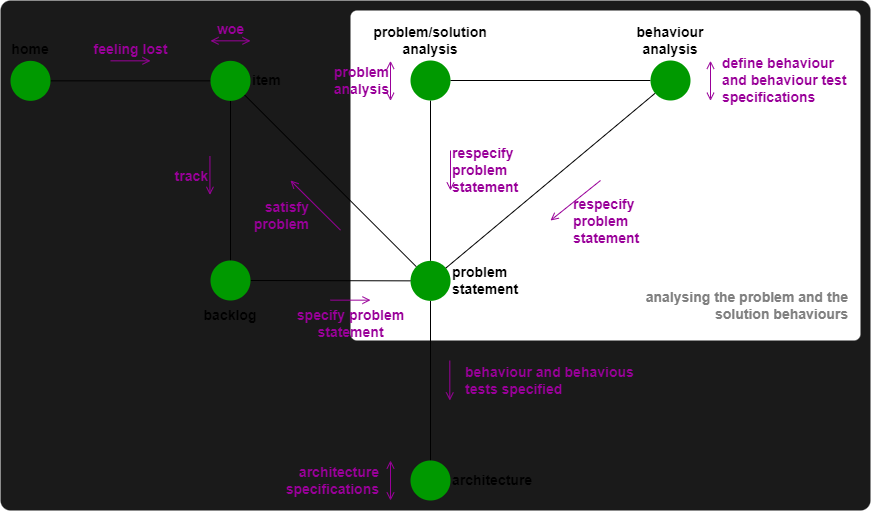
Earlier version of the draw.io export docs/sphinx/static/img/problem-analysis-flow.png (lifespline/agile). Source tidied: cells renumbered, new cells last; positions are measured from the earlier drawing's top-left corner, leaving out a move shared by most shapes.
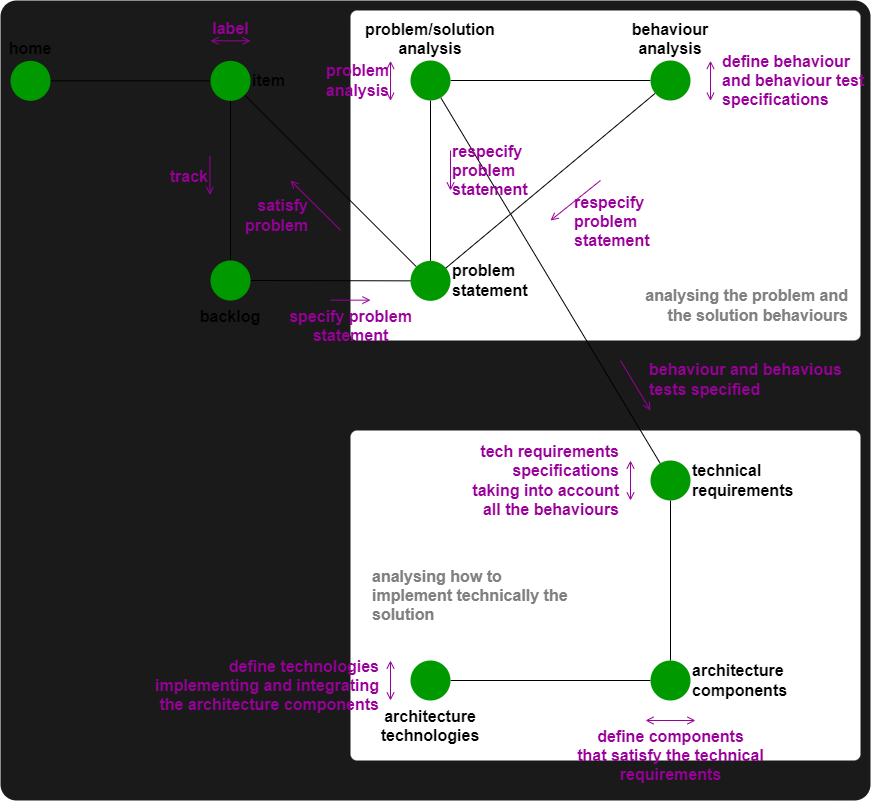
After the change.

Commit message:
doc: complement diagram with architecture design flow

Diff of the diagram source:
```diff
@@ -2,125 +2,149 @@
   <root>
     <mxCell id="0" />
     <mxCell id="1" parent="0" />
-    <mxCell id="2" style="rounded=1;whiteSpace=wrap;html=1;fontColor=#FFFF00;fillColor=#1A1A1A;strokeColor=none;arcSize=2;fontSize=14;fontStyle=1;" parent="1" vertex="1">
-      <mxGeometry width="870" height="510" as="geometry" />
+    <mxCell id="2" style="rounded=1;whiteSpace=wrap;html=1;fontColor=#FFFF00;fillColor=#1A1A1A;strokeColor=none;arcSize=2;fontSize=16;fontStyle=1;" parent="1" vertex="1">
+      <mxGeometry width="870" height="800" as="geometry" />
     </mxCell>
+    <mxCell id="31" style="rounded=1;whiteSpace=wrap;html=1;fontColor=#FFFF00;fillColor=default;strokeColor=none;arcSize=2;fontSize=16;fontStyle=1;" parent="1" vertex="1">
+      <mxGeometry x="350" y="430" width="510" height="330" as="geometry" />
+    </mxCell>
-    <mxCell id="3" style="rounded=1;whiteSpace=wrap;html=1;fontColor=#FFFF00;fillColor=default;strokeColor=none;arcSize=2;fontSize=14;fontStyle=1;" parent="1" vertex="1">
+    <mxCell id="3" style="rounded=1;whiteSpace=wrap;html=1;fontColor=#FFFF00;fillColor=default;strokeColor=none;arcSize=2;fontSize=16;fontStyle=1;" parent="1" vertex="1">
       <mxGeometry x="350" y="10" width="510" height="330" as="geometry" />
     </mxCell>
-    <mxCell id="4" style="edgeStyle=none;html=1;endArrow=none;endFill=0;fontStyle=1;fontSize=14;" parent="1" edge="1" source="5" target="7">
+    <mxCell id="4" style="edgeStyle=none;html=1;endArrow=none;endFill=0;fontStyle=1;fontSize=16;" parent="1" edge="1" source="5" target="7">
       <mxGeometry relative="1" as="geometry" />
     </mxCell>
-    <mxCell id="5" value="&lt;span style=&quot;font-size: 14px;&quot;&gt;home&lt;/span&gt;" style="ellipse;whiteSpace=wrap;html=1;strokeColor=none;fillColor=#009900;verticalAlign=bottom;labelPosition=center;verticalLabelPosition=top;align=center;fontSize=14;fontStyle=1;" parent="1" vertex="1">
+    <mxCell id="5" value="&lt;span style=&quot;font-size: 16px;&quot;&gt;home&lt;/span&gt;" style="ellipse;whiteSpace=wrap;html=1;strokeColor=none;fillColor=#009900;verticalAlign=bottom;labelPosition=center;verticalLabelPosition=top;align=center;fontSize=16;fontStyle=1;" parent="1" vertex="1">
       <mxGeometry x="10" y="60.3" width="40" height="40" as="geometry" />
     </mxCell>
-    <mxCell id="6" style="edgeStyle=none;html=1;endArrow=none;endFill=0;fontStyle=1;fontSize=14;" parent="1" edge="1" source="7" target="28">
+    <mxCell id="6" style="edgeStyle=none;html=1;endArrow=none;endFill=0;fontStyle=1;fontSize=16;" parent="1" edge="1" source="7" target="28">
       <mxGeometry relative="1" as="geometry" />
     </mxCell>
-    <mxCell id="7" value="&lt;span style=&quot;font-size: 14px;&quot;&gt;item&lt;/span&gt;" style="ellipse;whiteSpace=wrap;html=1;strokeColor=none;fillColor=#009900;verticalAlign=middle;labelPosition=right;verticalLabelPosition=middle;align=left;fontSize=14;fontStyle=1;" parent="1" vertex="1">
+    <mxCell id="7" value="&lt;span style=&quot;font-size: 16px;&quot;&gt;item&lt;/span&gt;" style="ellipse;whiteSpace=wrap;html=1;strokeColor=none;fillColor=#009900;verticalAlign=middle;labelPosition=right;verticalLabelPosition=middle;align=left;fontSize=16;fontStyle=1;" parent="1" vertex="1">
       <mxGeometry x="210" y="60.3" width="40" height="40" as="geometry" />
     </mxCell>
-    <mxCell id="8" style="edgeStyle=none;html=1;endArrow=none;endFill=0;fontStyle=1;fontSize=14;" parent="1" edge="1" source="11" target="13">
+    <mxCell id="8" style="edgeStyle=none;html=1;endArrow=none;endFill=0;fontStyle=1;fontSize=16;" parent="1" edge="1" source="11" target="13">
       <mxGeometry relative="1" as="geometry" />
     </mxCell>
-    <mxCell id="9" style="edgeStyle=none;html=1;endArrow=none;endFill=0;fontStyle=1;fontSize=14;" parent="1" edge="1" source="11" target="16">
+    <mxCell id="9" style="edgeStyle=none;html=1;endArrow=none;endFill=0;fontStyle=1;fontSize=16;" parent="1" edge="1" source="13" target="16">
       <mxGeometry relative="1" as="geometry" />
     </mxCell>
-    <mxCell id="10" style="edgeStyle=none;html=1;startArrow=none;startFill=0;endArrow=none;endFill=0;fontSize=14;fontStyle=1;" parent="1" edge="1" source="11" target="7">
+    <mxCell id="10" style="edgeStyle=none;html=1;startArrow=none;startFill=0;endArrow=none;endFill=0;fontSize=16;fontStyle=1;" parent="1" edge="1" source="11" target="7">
       <mxGeometry relative="1" as="geometry" />
     </mxCell>
-    <mxCell id="11" value="&lt;span style=&quot;font-size: 14px;&quot;&gt;problem&lt;br style=&quot;font-size: 14px;&quot;&gt;statement&lt;br style=&quot;font-size: 14px;&quot;&gt;&lt;/span&gt;" style="ellipse;whiteSpace=wrap;html=1;strokeColor=none;fillColor=#009900;verticalAlign=middle;labelPosition=right;verticalLabelPosition=middle;align=left;fontSize=14;fontStyle=1;" parent="1" vertex="1">
+    <mxCell id="11" value="&lt;span style=&quot;font-size: 16px;&quot;&gt;problem&lt;br style=&quot;font-size: 16px;&quot;&gt;statement&lt;br style=&quot;font-size: 16px;&quot;&gt;&lt;/span&gt;" style="ellipse;whiteSpace=wrap;html=1;strokeColor=none;fillColor=#009900;verticalAlign=middle;labelPosition=right;verticalLabelPosition=middle;align=left;fontSize=16;fontStyle=1;" parent="1" vertex="1">
       <mxGeometry x="410" y="260.4" width="40" height="40" as="geometry" />
     </mxCell>
-    <mxCell id="12" style="edgeStyle=none;html=1;endArrow=none;endFill=0;fontStyle=1;fontSize=14;" parent="1" edge="1" source="13" target="15">
+    <mxCell id="12" style="edgeStyle=none;html=1;endArrow=none;endFill=0;fontStyle=1;fontSize=16;" parent="1" edge="1" source="13" target="15">
       <mxGeometry relative="1" as="geometry" />
     </mxCell>
-    <mxCell id="13" value="&lt;span style=&quot;font-size: 14px;&quot;&gt;problem/solution&lt;br style=&quot;font-size: 14px;&quot;&gt;analysis&lt;br style=&quot;font-size: 14px;&quot;&gt;&lt;/span&gt;" style="ellipse;whiteSpace=wrap;html=1;strokeColor=none;fillColor=#009900;verticalAlign=bottom;labelPosition=center;verticalLabelPosition=top;align=center;fontSize=14;fontStyle=1;" parent="1" vertex="1">
+    <mxCell id="13" value="&lt;span style=&quot;font-size: 16px;&quot;&gt;problem/solution&lt;br style=&quot;font-size: 16px;&quot;&gt;analysis&lt;br style=&quot;font-size: 16px;&quot;&gt;&lt;/span&gt;" style="ellipse;whiteSpace=wrap;html=1;strokeColor=none;fillColor=#009900;verticalAlign=bottom;labelPosition=center;verticalLabelPosition=top;align=center;fontSize=16;fontStyle=1;" parent="1" vertex="1">
       <mxGeometry x="410" y="60" width="40" height="40" as="geometry" />
     </mxCell>
-    <mxCell id="14" style="edgeStyle=none;html=1;endArrow=none;endFill=0;fontStyle=1;fontSize=14;" parent="1" edge="1" source="15" target="11">
+    <mxCell id="14" style="edgeStyle=none;html=1;endArrow=none;endFill=0;fontStyle=1;fontSize=16;" parent="1" edge="1" source="15" target="11">
       <mxGeometry relative="1" as="geometry" />
     </mxCell>
-    <mxCell id="15" value="&lt;span style=&quot;font-size: 14px;&quot;&gt;behaviour&lt;br style=&quot;font-size: 14px;&quot;&gt;analysis&lt;br style=&quot;font-size: 14px;&quot;&gt;&lt;/span&gt;" style="ellipse;whiteSpace=wrap;html=1;strokeColor=none;fillColor=#009900;verticalAlign=bottom;labelPosition=center;verticalLabelPosition=top;align=center;fontSize=14;fontStyle=1;" parent="1" vertex="1">
+    <mxCell id="15" value="&lt;span style=&quot;font-size: 16px;&quot;&gt;behaviour&lt;br style=&quot;font-size: 16px;&quot;&gt;analysis&lt;br style=&quot;font-size: 16px;&quot;&gt;&lt;/span&gt;" style="ellipse;whiteSpace=wrap;html=1;strokeColor=none;fillColor=#009900;verticalAlign=bottom;labelPosition=center;verticalLabelPosition=top;align=center;fontSize=16;fontStyle=1;" parent="1" vertex="1">
       <mxGeometry x="650" y="60" width="40" height="40" as="geometry" />
     </mxCell>
+    <mxCell id="32" style="edgeStyle=none;html=1;endArrow=none;endFill=0;" parent="1" edge="1" source="16" target="34">
+      <mxGeometry relative="1" as="geometry" />
+    </mxCell>
-    <mxCell id="16" value="&lt;span style=&quot;font-size: 14px;&quot;&gt;architecture&lt;br style=&quot;font-size: 14px;&quot;&gt;&lt;/span&gt;" style="ellipse;whiteSpace=wrap;html=1;strokeColor=none;fillColor=#009900;verticalAlign=middle;labelPosition=right;verticalLabelPosition=middle;align=left;fontSize=14;fontStyle=1;" parent="1" vertex="1">
-      <mxGeometry x="410" y="460" width="40" height="40" as="geometry" />
+    <mxCell id="16" value="&lt;span style=&quot;font-size: 16px&quot;&gt;technical requirements&lt;br style=&quot;font-size: 16px&quot;&gt;&lt;/span&gt;" style="ellipse;whiteSpace=wrap;html=1;strokeColor=none;fillColor=#009900;verticalAlign=middle;labelPosition=right;verticalLabelPosition=middle;align=left;fontSize=16;fontStyle=1;" parent="1" vertex="1">
+      <mxGeometry x="650" y="460" width="40" height="40" as="geometry" />
     </mxCell>
-    <mxCell id="17" value="feeling lost" style="endArrow=open;html=1;endFill=0;verticalAlign=bottom;labelBackgroundColor=none;fontColor=#990099;strokeColor=#990099;fontStyle=1;fontSize=14;" parent="1" edge="1">
-      <mxGeometry relative="1" as="geometry">
-        <mxPoint x="110" y="60.3" as="sourcePoint" />
-        <mxPoint x="150" y="60.3" as="targetPoint" />
-      </mxGeometry>
-    </mxCell>
-    <mxCell id="18" value="woe" style="endArrow=open;html=1;endFill=0;verticalAlign=bottom;labelBackgroundColor=none;fontColor=#990099;strokeColor=#990099;startArrow=open;startFill=0;fontStyle=1;labelPosition=center;verticalLabelPosition=top;align=center;fontSize=14;" parent="1" edge="1">
+    <mxCell id="18" value="label" style="endArrow=open;html=1;endFill=0;verticalAlign=bottom;labelBackgroundColor=none;fontColor=#990099;strokeColor=#990099;startArrow=open;startFill=0;fontStyle=1;labelPosition=center;verticalLabelPosition=top;align=center;fontSize=16;" parent="1" edge="1">
       <mxGeometry relative="1" as="geometry">
         <mxPoint x="210" y="40.3" as="sourcePoint" />
         <mxPoint x="250" y="40.3" as="targetPoint" />
       </mxGeometry>
     </mxCell>
-    <mxCell id="19" value="track" style="endArrow=open;html=1;endFill=0;verticalAlign=middle;labelBackgroundColor=none;fontColor=#990099;strokeColor=#990099;fontStyle=1;labelPosition=left;verticalLabelPosition=middle;align=right;fontSize=14;" parent="1" edge="1">
+    <mxCell id="19" value="track" style="endArrow=open;html=1;endFill=0;verticalAlign=middle;labelBackgroundColor=none;fontColor=#990099;strokeColor=#990099;fontStyle=1;labelPosition=left;verticalLabelPosition=middle;align=right;fontSize=16;" parent="1" edge="1">
       <mxGeometry relative="1" as="geometry">
         <mxPoint x="209.4" y="155.6" as="sourcePoint" />
         <mxPoint x="209.4" y="194.4" as="targetPoint" />
       </mxGeometry>
     </mxCell>
-    <mxCell id="20" value="analysing the problem and the solution behaviours" style="text;html=1;strokeColor=none;fillColor=none;align=right;verticalAlign=middle;whiteSpace=wrap;rounded=0;dashed=1;fontColor=#808080;rotation=0;fontSize=14;fontStyle=1;" parent="1" vertex="1">
+    <mxCell id="20" value="analysing the problem and the solution behaviours" style="text;html=1;strokeColor=none;fillColor=none;align=right;verticalAlign=middle;whiteSpace=wrap;rounded=0;dashed=1;fontColor=#808080;rotation=0;fontSize=16;fontStyle=1;" parent="1" vertex="1">
       <mxGeometry x="640" y="280" width="210" height="50" as="geometry" />
     </mxCell>
-    <mxCell id="21" value="specify&amp;nbsp;problem&lt;br style=&quot;font-size: 14px;&quot;&gt;statement" style="endArrow=open;html=1;endFill=0;verticalAlign=top;labelBackgroundColor=none;fontColor=#990099;strokeColor=#990099;startArrow=none;startFill=0;labelPosition=center;verticalLabelPosition=bottom;align=center;fontStyle=1;fontSize=14;" parent="1" edge="1">
+    <mxCell id="21" value="specify&amp;nbsp;problem&lt;br style=&quot;font-size: 16px;&quot;&gt;statement" style="endArrow=open;html=1;endFill=0;verticalAlign=top;labelBackgroundColor=none;fontColor=#990099;strokeColor=#990099;startArrow=none;startFill=0;labelPosition=center;verticalLabelPosition=bottom;align=center;fontStyle=1;fontSize=16;" parent="1" edge="1">
       <mxGeometry relative="1" as="geometry">
         <mxPoint x="330" y="299.7" as="sourcePoint" />
         <mxPoint x="370" y="299.7" as="targetPoint" />
       </mxGeometry>
     </mxCell>
-    <mxCell id="22" value="problem&lt;br style=&quot;font-size: 14px;&quot;&gt;analysis" style="endArrow=open;html=1;endFill=0;verticalAlign=middle;labelBackgroundColor=none;fontColor=#990099;strokeColor=#990099;labelPosition=left;verticalLabelPosition=middle;align=right;fontStyle=1;fontSize=14;startArrow=open;startFill=0;" parent="1" edge="1">
+    <mxCell id="22" value="problem&lt;br style=&quot;font-size: 16px;&quot;&gt;analysis" style="endArrow=open;html=1;endFill=0;verticalAlign=middle;labelBackgroundColor=none;fontColor=#990099;strokeColor=#990099;labelPosition=left;verticalLabelPosition=middle;align=right;fontStyle=1;fontSize=16;startArrow=open;startFill=0;" parent="1" edge="1">
       <mxGeometry relative="1" as="geometry">
         <mxPoint x="390" y="100.3" as="sourcePoint" />
         <mxPoint x="390" y="60.3" as="targetPoint" />
       </mxGeometry>
     </mxCell>
-    <mxCell id="23" value="define behaviour&lt;br&gt;and behaviour test&lt;br style=&quot;font-size: 14px&quot;&gt;specifications" style="endArrow=open;html=1;endFill=0;verticalAlign=middle;labelBackgroundColor=none;fontColor=#990099;strokeColor=#990099;fontStyle=1;labelPosition=right;verticalLabelPosition=middle;align=left;startArrow=open;startFill=0;fontSize=14;" parent="1" edge="1">
+    <mxCell id="23" value="define behaviour&lt;br style=&quot;font-size: 16px;&quot;&gt;and behaviour test&lt;br style=&quot;font-size: 16px;&quot;&gt;specifications" style="endArrow=open;html=1;endFill=0;verticalAlign=middle;labelBackgroundColor=none;fontColor=#990099;strokeColor=#990099;fontStyle=1;labelPosition=right;verticalLabelPosition=middle;align=left;startArrow=open;startFill=0;fontSize=16;" parent="1" edge="1">
       <mxGeometry y="10" relative="1" as="geometry">
         <mxPoint x="710" y="60.3" as="sourcePoint" />
         <mxPoint x="710" y="100.3" as="targetPoint" />
       </mxGeometry>
     </mxCell>
-    <mxCell id="24" value="respecify&lt;br style=&quot;font-size: 14px;&quot;&gt;problem&amp;nbsp;&lt;br style=&quot;font-size: 14px;&quot;&gt;statement" style="endArrow=none;html=1;endFill=0;verticalAlign=middle;labelBackgroundColor=none;fontColor=#990099;strokeColor=#990099;labelPosition=right;verticalLabelPosition=middle;align=left;startArrow=open;startFill=0;fontStyle=1;fontSize=14;" parent="1" edge="1">
+    <mxCell id="24" value="respecify&lt;br style=&quot;font-size: 16px;&quot;&gt;problem&amp;nbsp;&lt;br style=&quot;font-size: 16px;&quot;&gt;statement" style="endArrow=none;html=1;endFill=0;verticalAlign=middle;labelBackgroundColor=none;fontColor=#990099;strokeColor=#990099;labelPosition=right;verticalLabelPosition=middle;align=left;startArrow=open;startFill=0;fontStyle=1;fontSize=16;" parent="1" edge="1">
       <mxGeometry relative="1" as="geometry">
         <mxPoint x="450" y="190" as="sourcePoint" />
         <mxPoint x="450" y="150" as="targetPoint" />
       </mxGeometry>
     </mxCell>
-    <mxCell id="25" value="respecify&lt;br style=&quot;font-size: 14px;&quot;&gt;problem&amp;nbsp;&lt;br style=&quot;font-size: 14px;&quot;&gt;statement" style="endArrow=none;html=1;endFill=0;verticalAlign=middle;labelBackgroundColor=none;fontColor=#990099;strokeColor=#990099;labelPosition=right;verticalLabelPosition=middle;align=left;startArrow=open;startFill=0;fontStyle=1;fontSize=14;" parent="1" edge="1">
+    <mxCell id="25" value="respecify&lt;br style=&quot;font-size: 16px;&quot;&gt;problem&amp;nbsp;&lt;br style=&quot;font-size: 16px;&quot;&gt;statement" style="endArrow=none;html=1;endFill=0;verticalAlign=middle;labelBackgroundColor=none;fontColor=#990099;strokeColor=#990099;labelPosition=right;verticalLabelPosition=middle;align=left;startArrow=open;startFill=0;fontStyle=1;fontSize=16;" parent="1" edge="1">
       <mxGeometry x="-0.5" y="-14" relative="1" as="geometry">
         <mxPoint x="550" y="220" as="sourcePoint" />
         <mxPoint x="600" y="180" as="targetPoint" />
       </mxGeometry>
     </mxCell>
-    <mxCell id="26" value="behaviour and behavious&lt;br&gt;tests specified" style="endArrow=none;html=1;endFill=0;verticalAlign=middle;labelBackgroundColor=none;fontColor=#990099;strokeColor=#990099;labelPosition=right;verticalLabelPosition=middle;align=left;startArrow=open;startFill=0;fontStyle=1;fontSize=14;" parent="1" edge="1">
+    <mxCell id="26" value="behaviour and behavious&lt;br style=&quot;font-size: 16px;&quot;&gt;tests specified" style="endArrow=none;html=1;endFill=0;verticalAlign=middle;labelBackgroundColor=none;fontColor=#990099;strokeColor=#990099;labelPosition=right;verticalLabelPosition=middle;align=left;startArrow=open;startFill=0;fontStyle=1;fontSize=16;" parent="1" edge="1">
       <mxGeometry y="-14" relative="1" as="geometry">
-        <mxPoint x="449.3" y="400" as="sourcePoint" />
-        <mxPoint x="449.3" y="360" as="targetPoint" />
+        <mxPoint x="650" y="410" as="sourcePoint" />
+        <mxPoint x="620" y="360" as="targetPoint" />
       </mxGeometry>
     </mxCell>
-    <mxCell id="27" style="edgeStyle=none;html=1;endArrow=none;endFill=0;fontSize=14;fontStyle=1;" parent="1" edge="1" source="28" target="11">
+    <mxCell id="27" style="edgeStyle=none;html=1;endArrow=none;endFill=0;fontSize=16;fontStyle=1;" parent="1" edge="1" source="28" target="11">
       <mxGeometry relative="1" as="geometry" />
     </mxCell>
-    <mxCell id="28" value="&lt;span style=&quot;font-size: 14px;&quot;&gt;backlog&lt;/span&gt;" style="ellipse;whiteSpace=wrap;html=1;strokeColor=none;fillColor=#009900;verticalAlign=top;labelPosition=center;verticalLabelPosition=bottom;align=center;fontSize=14;fontStyle=1;" parent="1" vertex="1">
+    <mxCell id="28" value="&lt;span style=&quot;font-size: 16px;&quot;&gt;backlog&lt;/span&gt;" style="ellipse;whiteSpace=wrap;html=1;strokeColor=none;fillColor=#009900;verticalAlign=top;labelPosition=center;verticalLabelPosition=bottom;align=center;fontSize=16;fontStyle=1;" parent="1" vertex="1">
       <mxGeometry x="210" y="260" width="40" height="40" as="geometry" />
     </mxCell>
-    <mxCell id="29" value="satisfy&lt;br style=&quot;font-size: 14px;&quot;&gt;problem" style="endArrow=none;html=1;endFill=0;verticalAlign=middle;labelBackgroundColor=none;fontColor=#990099;strokeColor=#990099;labelPosition=left;verticalLabelPosition=middle;align=right;startArrow=open;startFill=0;fontStyle=1;fontSize=14;" parent="1" edge="1">
+    <mxCell id="29" value="satisfy&lt;br style=&quot;font-size: 16px;&quot;&gt;problem" style="endArrow=none;html=1;endFill=0;verticalAlign=middle;labelBackgroundColor=none;fontColor=#990099;strokeColor=#990099;labelPosition=left;verticalLabelPosition=middle;align=right;startArrow=open;startFill=0;fontStyle=1;fontSize=16;" parent="1" edge="1">
       <mxGeometry x="0.08" y="-11" relative="1" as="geometry">
         <mxPoint x="290" y="180" as="sourcePoint" />
         <mxPoint x="340" y="229.7" as="targetPoint" />
       </mxGeometry>
     </mxCell>
-    <mxCell id="30" value="architecture&lt;br&gt;specifications" style="endArrow=open;html=1;endFill=0;verticalAlign=middle;labelBackgroundColor=none;fontColor=#990099;strokeColor=#990099;fontStyle=1;labelPosition=left;verticalLabelPosition=middle;align=right;startArrow=open;startFill=0;fontSize=14;" parent="1" edge="1">
+    <mxCell id="30" value="tech requirements&lt;br&gt;specifications&lt;br&gt;taking into account&lt;br&gt;all the behaviours" style="endArrow=open;html=1;endFill=0;verticalAlign=middle;labelBackgroundColor=none;fontColor=#990099;strokeColor=#990099;fontStyle=1;labelPosition=left;verticalLabelPosition=middle;align=right;startArrow=open;startFill=0;fontSize=16;" parent="1" edge="1">
       <mxGeometry y="-10" relative="1" as="geometry">
-        <mxPoint x="390" y="460" as="sourcePoint" />
-        <mxPoint x="390" y="500" as="targetPoint" />
+        <mxPoint x="630" y="460" as="sourcePoint" />
+        <mxPoint x="630" y="500" as="targetPoint" />
       </mxGeometry>
     </mxCell>
+    <mxCell id="33" style="edgeStyle=none;html=1;endArrow=none;endFill=0;" parent="1" edge="1" source="34" target="36">
+      <mxGeometry relative="1" as="geometry" />
+    </mxCell>
+    <mxCell id="34" value="&lt;span style=&quot;font-size: 16px&quot;&gt;architecture&lt;br&gt;components&lt;br style=&quot;font-size: 16px&quot;&gt;&lt;/span&gt;" style="ellipse;whiteSpace=wrap;html=1;strokeColor=none;fillColor=#009900;verticalAlign=middle;labelPosition=right;verticalLabelPosition=middle;align=left;fontSize=16;fontStyle=1;" parent="1" vertex="1">
+      <mxGeometry x="650" y="660" width="40" height="40" as="geometry" />
+    </mxCell>
+    <mxCell id="35" value="define components&lt;br&gt;that satisfy the technical&lt;br&gt;requirements" style="endArrow=open;html=1;endFill=0;verticalAlign=top;labelBackgroundColor=none;fontColor=#990099;strokeColor=#990099;fontStyle=1;labelPosition=left;verticalLabelPosition=middle;align=center;startArrow=open;startFill=0;fontSize=16;" parent="1" edge="1">
+      <mxGeometry relative="1" as="geometry">
+        <mxPoint x="695" y="720" as="sourcePoint" />
+        <mxPoint x="645" y="720" as="targetPoint" />
+      </mxGeometry>
+    </mxCell>
+    <mxCell id="36" value="&lt;span style=&quot;font-size: 16px&quot;&gt;architecture&lt;br&gt;technologies&lt;br style=&quot;font-size: 16px&quot;&gt;&lt;/span&gt;" style="ellipse;whiteSpace=wrap;html=1;strokeColor=none;fillColor=#009900;verticalAlign=top;labelPosition=center;verticalLabelPosition=bottom;align=center;fontSize=16;fontStyle=1;" parent="1" vertex="1">
+      <mxGeometry x="410" y="660" width="40" height="40" as="geometry" />
+    </mxCell>
+    <mxCell id="37" value="define technologies&lt;br&gt;implementing and integrating&lt;br&gt;the architecture components" style="endArrow=open;html=1;endFill=0;verticalAlign=middle;labelBackgroundColor=none;fontColor=#990099;strokeColor=#990099;fontStyle=1;labelPosition=left;verticalLabelPosition=middle;align=right;startArrow=open;startFill=0;fontSize=16;" parent="1" edge="1">
+      <mxGeometry x="-0.21" y="10" relative="1" as="geometry">
+        <mxPoint x="390" y="700" as="sourcePoint" />
+        <mxPoint x="390" y="660" as="targetPoint" />
+      </mxGeometry>
+    </mxCell>
+    <mxCell id="38" value="analysing how to implement technically the solution" style="text;html=1;strokeColor=none;fillColor=none;align=left;verticalAlign=middle;whiteSpace=wrap;rounded=0;dashed=1;fontColor=#808080;rotation=0;fontSize=16;fontStyle=1;" parent="1" vertex="1">
+      <mxGeometry x="370" y="570" width="210" height="50" as="geometry" />
+    </mxCell>
   </root>
 </mxGraphModel>
```
